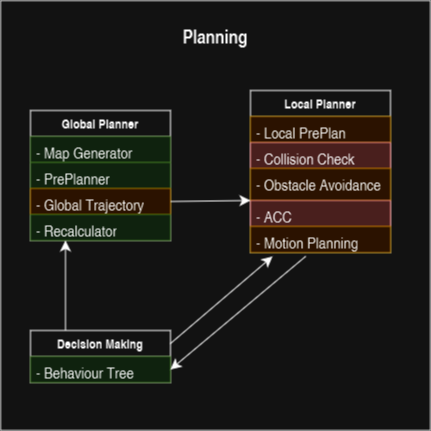
Before: doc/03_research/03_planning/00_paf23/prios.png, a diagram exported from draw.io (una-auxme/paf). Source tidied: cells renumbered, new cells last; positions are measured from the earlier drawing's top-left corner, leaving out a move shared by most shapes.
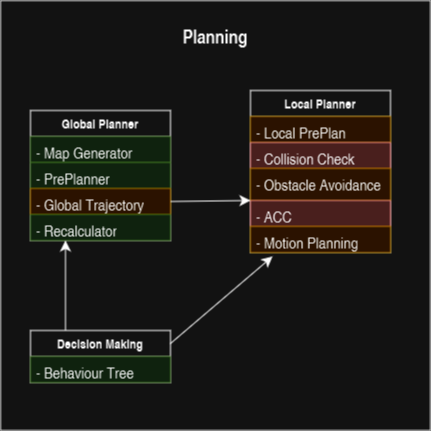
Later version of the same file.

What changed in the source:
```diff
@@ -50,9 +50,6 @@
     <mxCell id="17" style="endArrow=classic;html=1;rounded=0;fontSize=12;startSize=8;endSize=8;curved=1;exitX=0.25;exitY=0;exitDx=0;exitDy=0;entryX=0.25;entryY=1;entryDx=0;entryDy=0;" parent="1" edge="1" source="8" target="3">
       <mxGeometry relative="1" as="geometry" />
     </mxCell>
-    <mxCell id="18" style="endArrow=classic;html=1;rounded=0;fontSize=12;startSize=8;endSize=8;curved=1;exitX=0.393;exitY=1.154;exitDx=0;exitDy=0;exitPerimeter=0;entryX=1;entryY=0.5;entryDx=0;entryDy=0;" parent="1" edge="1" source="15" target="9">
-      <mxGeometry relative="1" as="geometry" />
-    </mxCell>
     <mxCell id="19" style="endArrow=classic;html=1;rounded=0;fontSize=12;startSize=8;endSize=8;curved=1;exitX=1;exitY=0.5;exitDx=0;exitDy=0;" parent="1" edge="1" source="6">
       <mxGeometry relative="1" as="geometry">
         <mxPoint x="250" y="200" as="targetPoint" />
```
